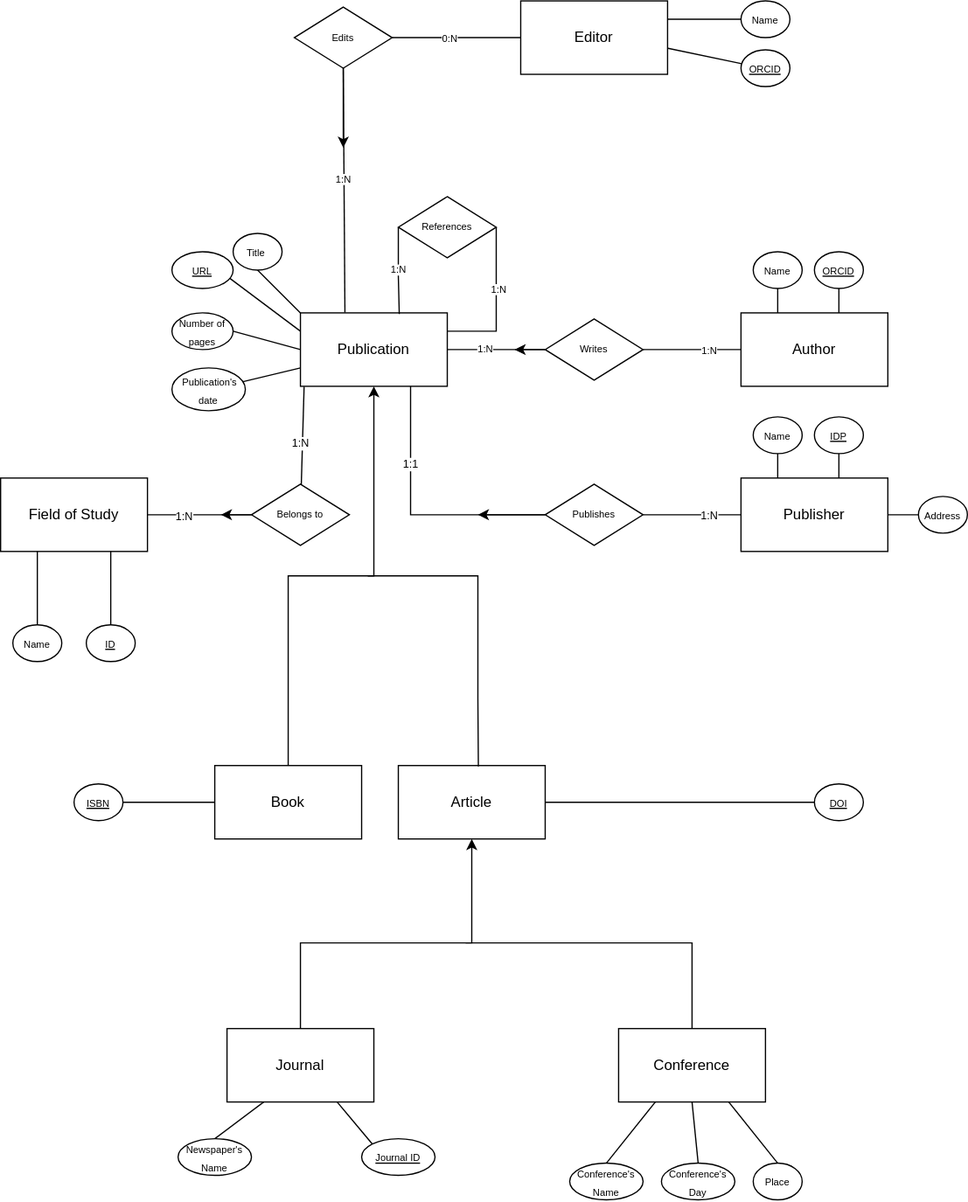
Earlier version of the draw.io export schemas/ER-2.svg (Eliaxie/SMBUD-NoSQL-Project). Source tidied: cells renumbered, new cells last; positions are measured from the earlier drawing's top-left corner, leaving out a move shared by most shapes.
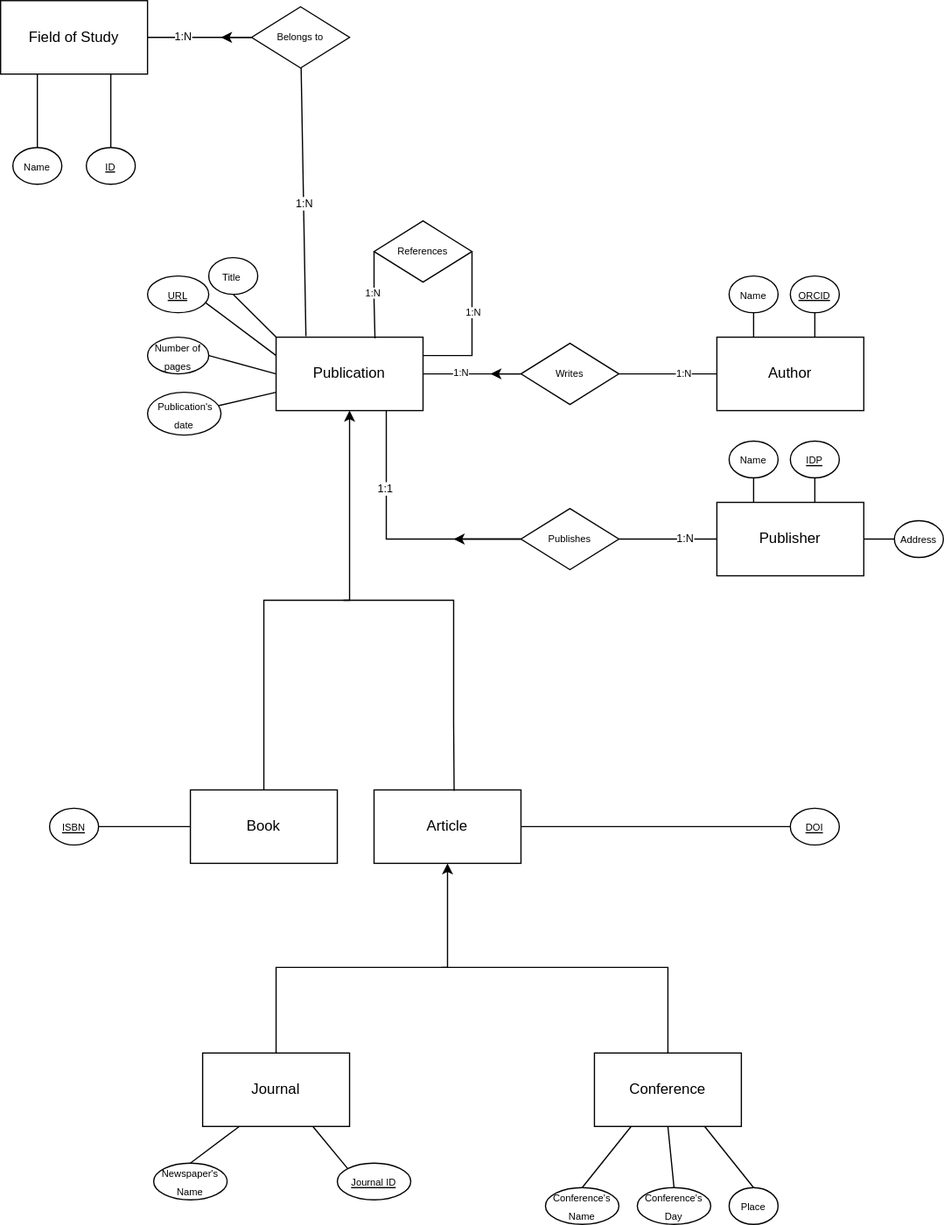
After the commit.

The edit, as a diff of the source:
```diff
@@ -230,37 +230,10 @@
     <mxCell id="61" value="&lt;font style=&quot;font-size: 8px;&quot;&gt;&lt;u&gt;Journal ID&lt;/u&gt;&lt;/font&gt;" style="ellipse;whiteSpace=wrap;html=1;" parent="1" vertex="1">
       <mxGeometry x="295" y="930" width="60" height="30" as="geometry" />
     </mxCell>
-    <mxCell id="62" value="Editor" style="whiteSpace=wrap;html=1;" parent="1" vertex="1">
-      <mxGeometry x="425" width="120" height="60" as="geometry" />
-    </mxCell>
-    <mxCell id="63" style="edgeStyle=none;rounded=0;jettySize=auto;html=1;entryX=0;entryY=0.5;entryDx=0;entryDy=0;endArrow=none;endFill=0;" parent="1" edge="1" source="67" target="62">
-      <mxGeometry relative="1" as="geometry" />
-    </mxCell>
-    <mxCell id="64" style="edgeStyle=none;rounded=0;jettySize=auto;html=1;exitX=0.5;exitY=1;exitDx=0;exitDy=0;entryX=0.303;entryY=-0.006;entryDx=0;entryDy=0;entryPerimeter=0;endArrow=none;endFill=0;" parent="1" edge="1" source="67" target="2">
-      <mxGeometry relative="1" as="geometry" />
-    </mxCell>
-    <mxCell id="65" value="1:N" style="edgeLabel;html=1;align=center;verticalAlign=middle;fontSize=8;" parent="64" vertex="1">
-      <mxGeometry x="-0.1" y="2" relative="1" as="geometry">
-        <mxPoint x="-3" as="offset" />
-      </mxGeometry>
-    </mxCell>
-    <mxCell id="66" style="edgeStyle=none;rounded=0;jettySize=auto;html=1;endArrow=classic;endFill=1;" parent="1" edge="1" source="67">
-      <mxGeometry relative="1" as="geometry">
-        <mxPoint x="280" y="120" as="targetPoint" />
-      </mxGeometry>
-    </mxCell>
-    <mxCell id="67" value="Edits" style="rhombus;whiteSpace=wrap;html=1;fontSize=8;" parent="1" vertex="1">
-      <mxGeometry x="240" y="5" width="80" height="50" as="geometry" />
-    </mxCell>
-    <mxCell id="68" value="0:N" style="edgeLabel;html=1;align=center;verticalAlign=middle;fontSize=8;" parent="1" vertex="1">
-      <mxGeometry x="365" y="30" as="geometry">
-        <mxPoint x="1" as="offset" />
-      </mxGeometry>
-    </mxCell>
     <mxCell id="69" value="Field of Study" style="rounded=0;whiteSpace=wrap;html=1;" parent="1" vertex="1">
-      <mxGeometry y="390" width="120" height="60" as="geometry" />
+      <mxGeometry x="20" y="-20" width="120" height="60" as="geometry" />
     </mxCell>
-    <mxCell id="70" style="endArrow=none;html=1;rounded=0;entryX=0.025;entryY=1.006;entryDx=0;entryDy=0;entryPerimeter=0;" parent="1" edge="1" source="73" target="2">
+    <mxCell id="70" style="endArrow=none;html=1;rounded=0;entryX=0.203;entryY=-0.013;entryDx=0;entryDy=0;entryPerimeter=0;" parent="1" edge="1" source="73" target="2">
       <mxGeometry relative="1" as="geometry" />
     </mxCell>
     <mxCell id="71" style="edgeStyle=orthogonalEdgeStyle;rounded=0;jettySize=auto;html=1;endArrow=none;endFill=0;" parent="1" edge="1" source="73" target="69">
@@ -268,19 +241,19 @@
     </mxCell>
     <mxCell id="72" style="edgeStyle=orthogonalEdgeStyle;rounded=0;jettySize=auto;html=1;endArrow=classic;endFill=1;" parent="1" edge="1" source="73">
       <mxGeometry relative="1" as="geometry">
-        <mxPoint x="180" y="420" as="targetPoint" />
+        <mxPoint x="200" y="10" as="targetPoint" />
       </mxGeometry>
     </mxCell>
     <mxCell id="73" value="Belongs to" style="rhombus;whiteSpace=wrap;html=1;fontSize=8;" parent="1" vertex="1">
-      <mxGeometry x="205" y="395" width="80" height="50" as="geometry" />
+      <mxGeometry x="225" y="-15" width="80" height="50" as="geometry" />
     </mxCell>
     <mxCell id="74" value="1:N" style="edgeLabel;html=1;align=center;verticalAlign=middle;fontSize=9;" parent="1" vertex="1">
-      <mxGeometry x="305" y="390" as="geometry">
+      <mxGeometry x="325" y="-21" as="geometry">
         <mxPoint x="-156" y="31" as="offset" />
       </mxGeometry>
     </mxCell>
     <mxCell id="75" value="1:N" style="edgeLabel;html=1;align=center;verticalAlign=middle;fontSize=9;" parent="1" vertex="1">
-      <mxGeometry x="400" y="330" as="geometry">
+      <mxGeometry x="424" y="115" as="geometry">
         <mxPoint x="-156" y="31" as="offset" />
       </mxGeometry>
     </mxCell>
@@ -288,25 +261,13 @@
       <mxGeometry relative="1" as="geometry" />
     </mxCell>
     <mxCell id="77" value="&lt;font style=&quot;font-size: 8px;&quot;&gt;Name&lt;/font&gt;" style="ellipse;whiteSpace=wrap;html=1;" parent="1" vertex="1">
-      <mxGeometry x="10" y="510" width="40" height="30" as="geometry" />
+      <mxGeometry x="30" y="100" width="40" height="30" as="geometry" />
     </mxCell>
     <mxCell id="78" style="edgeStyle=orthogonalEdgeStyle;rounded=0;jettySize=auto;html=1;entryX=0.75;entryY=1;entryDx=0;entryDy=0;endArrow=none;endFill=0;" parent="1" edge="1" source="79" target="69">
       <mxGeometry relative="1" as="geometry" />
     </mxCell>
     <mxCell id="79" value="&lt;font style=&quot;font-size: 8px;&quot;&gt;&lt;u&gt;ID&lt;/u&gt;&lt;/font&gt;" style="ellipse;whiteSpace=wrap;html=1;" parent="1" vertex="1">
-      <mxGeometry x="70" y="510" width="40" height="30" as="geometry" />
+      <mxGeometry x="90" y="100" width="40" height="30" as="geometry" />
     </mxCell>
-    <mxCell id="80" style="edgeStyle=orthogonalEdgeStyle;rounded=0;jettySize=auto;html=1;entryX=1;entryY=0.25;entryDx=0;entryDy=0;endArrow=none;endFill=0;" parent="1" edge="1" source="81" target="62">
-      <mxGeometry relative="1" as="geometry" />
-    </mxCell>
-    <mxCell id="81" value="&lt;font style=&quot;font-size: 8px;&quot;&gt;Name&lt;/font&gt;" style="ellipse;whiteSpace=wrap;html=1;" parent="1" vertex="1">
-      <mxGeometry x="605" width="40" height="30" as="geometry" />
-    </mxCell>
-    <mxCell id="82" style="rounded=0;jettySize=auto;html=1;endArrow=none;endFill=0;entryX=1.003;entryY=0.645;entryDx=0;entryDy=0;entryPerimeter=0;" parent="1" edge="1" source="83" target="62">
-      <mxGeometry relative="1" as="geometry" />
-    </mxCell>
-    <mxCell id="83" value="&lt;span style=&quot;font-size: 8px;&quot;&gt;&lt;u&gt;ORCID&lt;/u&gt;&lt;/span&gt;" style="ellipse;whiteSpace=wrap;html=1;" parent="1" vertex="1">
-      <mxGeometry x="605" y="40" width="40" height="30" as="geometry" />
-    </mxCell>
   </root>
 </mxGraphModel>
```
